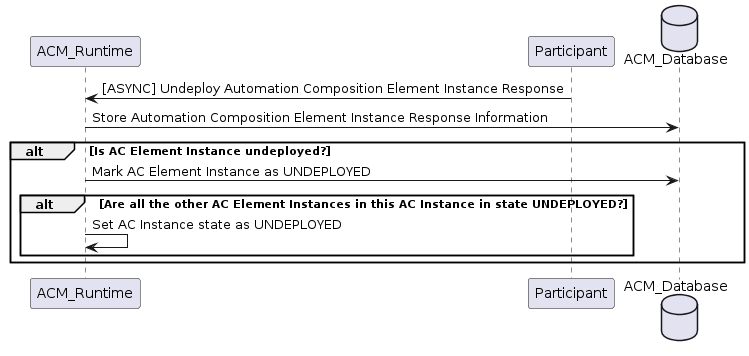
Earlier version of the PlantUML export docs/clamp/acm/images/system-dialogues/UndeployResponseStored.png (onap/policy-parent). Its source is kept beside it as docs/clamp/acm/plantuml/system-dialogues/UndeployResponseStored.puml. The source it was exported from:
```plantuml
@startuml

participant ACM_Runtime
participant Participant
database ACM_Database

ACM_Runtime <- Participant: [ASYNC] Undeploy Automation Composition Element Instance Response
ACM_Runtime -> ACM_Database: Store Automation Composition Element Instance Response Information

alt Is AC Element Instance undeployed?
 ACM_Runtime -> ACM_Database: Mark AC Element Instance as UNDEPLOYED
  alt Are all the other AC Element Instances in this AC Instance in state UNDEPLOYED?
   ACM_Runtime -> ACM_Runtime: Set AC Instance state as UNDEPLOYED
  end
end

@enduml
```
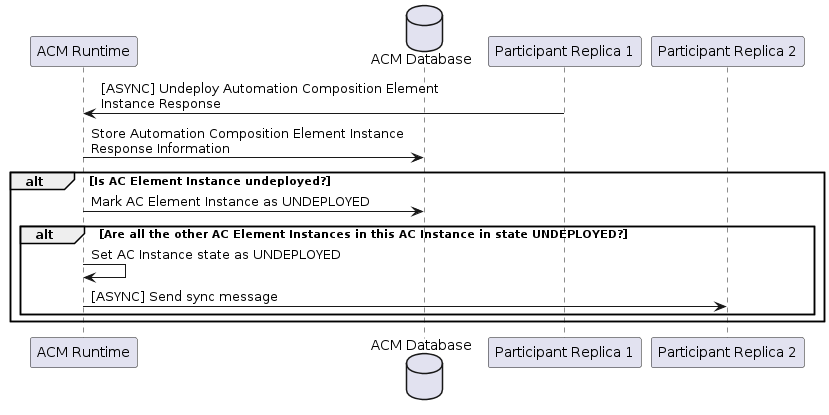
The same diagram one commit later.

The edit, as a diff of the source:
```diff
@@ -1,16 +1,18 @@
 @startuml
 
-participant ACM_Runtime
-participant Participant
-database ACM_Database
+participant "ACM Runtime"
+database "ACM Database"
+participant "Participant Replica 1"
+participant "Participant Replica 2"
 
-ACM_Runtime <- Participant: [ASYNC] Undeploy Automation Composition Element Instance Response
-ACM_Runtime -> ACM_Database: Store Automation Composition Element Instance Response Information
+"ACM Runtime" <- "Participant Replica 1": [ASYNC] Undeploy Automation Composition Element \nInstance Response
+"ACM Runtime" -> "ACM Database": Store Automation Composition Element Instance \nResponse Information
 
 alt Is AC Element Instance undeployed?
- ACM_Runtime -> ACM_Database: Mark AC Element Instance as UNDEPLOYED
+ "ACM Runtime" -> "ACM Database": Mark AC Element Instance as UNDEPLOYED
   alt Are all the other AC Element Instances in this AC Instance in state UNDEPLOYED?
-   ACM_Runtime -> ACM_Runtime: Set AC Instance state as UNDEPLOYED
+   "ACM Runtime" -> "ACM Database": Set AC Instance state as UNDEPLOYED
+  "ACM Runtime" -> "Participant Replica 2": [ASYNC] Send sync message
   end
 end
 
```
